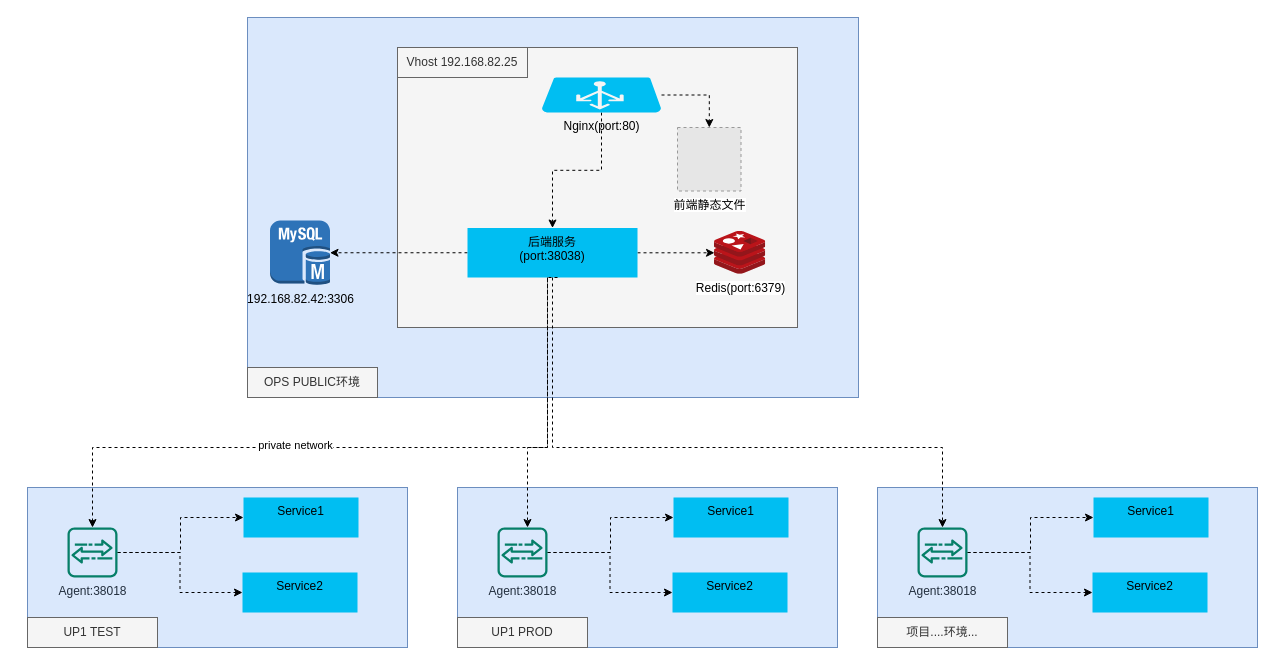
Earlier version of the draw.io diagram 2022-06-20服务管理.drawio (463024907/zabbix-report). Source tidied: cells renumbered, new cells numbered last; positions are measured from the earlier drawing's top-left corner, leaving out a move shared by most shapes. Both pictures are drawn from the tidied source at 100%, with x=0, y=0 at pixel (27, 17). Pictures stored in the file or linked from it are replaced by grey dashed boxes.
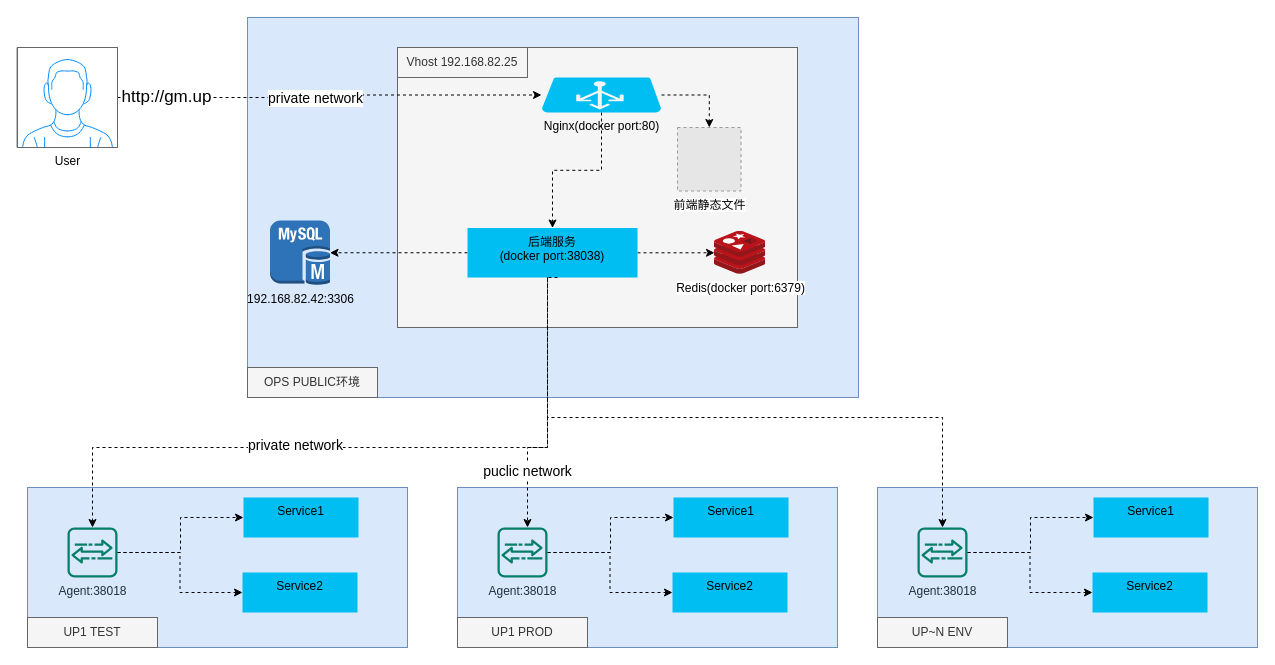
The same page after the edit.

Commit message (it also covers changes not shown here):
accio项目架构图.drawio

The change refers to these unchanged cells:
```xml
<mxCell id="20" style="edgeStyle=orthogonalEdgeStyle;rounded=0;jettySize=auto;html=1;dashed=1;" parent="1" edge="1" source="10" target="19">
  <mxGeometry relative="1" as="geometry">
    <Array as="points">
      <mxPoint x="520" y="430" />
      <mxPoint x="65" y="430" />
    </Array>
  </mxGeometry>
</mxCell>
<mxCell id="35" value="Agent:38018" style="sketch=0;outlineConnect=0;fontColor=#232F3E;gradientColor=none;fillColor=#067F68;strokeColor=none;dashed=0;verticalLabelPosition=bottom;verticalAlign=top;align=center;html=1;fontSize=12;fontStyle=0;shape=mxgraph.aws4.agent2;" parent="1" vertex="1">
  <mxGeometry x="890" y="510" width="50" height="50" as="geometry" />
</mxCell>
<mxCell id="38" style="edgeStyle=orthogonalEdgeStyle;rounded=0;orthogonalLoop=1;jettySize=auto;html=1;dashed=1;" parent="1" edge="1">
  <mxGeometry relative="1" as="geometry">
    <mxPoint x="530" y="260" as="sourcePoint" />
    <mxPoint x="500" y="510" as="targetPoint" />
    <Array as="points">
      <mxPoint x="520" y="260" />
      <mxPoint x="520" y="430" />
      <mxPoint x="500" y="430" />
    </Array>
  </mxGeometry>
</mxCell>
```

What changed in the source:
```diff
@@
-    <mxCell id="6" value="Nginx(port:80)" style="verticalLabelPosition=bottom;html=1;verticalAlign=top;align=center;strokeColor=none;fillColor=#00BEF2;shape=mxgraph.azure.azure_load_balancer;" parent="1" vertex="1">
+    <mxCell id="6" value="Nginx(docker port:80)" style="verticalLabelPosition=bottom;html=1;verticalAlign=top;align=center;strokeColor=none;fillColor=#00BEF2;shape=mxgraph.azure.azure_load_balancer;" parent="1" vertex="1">
       <mxGeometry x="514" y="60" width="120" height="35" as="geometry" />
     </mxCell>
-    <mxCell id="7" value="Redis(port:6379)" style="sketch=0;html=1;points=[];align=center;image;fontSize=12;image=img/lib/mscae/Cache_Redis_Product.svg;" parent="1" vertex="1">
+    <mxCell id="7" value="Redis(docker port:6379)" style="sketch=0;html=1;points=[];align=center;image;fontSize=12;image=img/lib/mscae/Cache_Redis_Product.svg;" parent="1" vertex="1">
       <mxGeometry x="687" y="213.8" width="51.2" height="43" as="geometry" />
     </mxCell>
@@
-    <mxCell id="10" value="&lt;div style=&quot;&quot;&gt;&lt;span style=&quot;background-color: initial;&quot;&gt;后端服务&lt;/span&gt;&lt;/div&gt;&lt;div style=&quot;&quot;&gt;(port:&lt;span style=&quot;background-color: initial; text-align: left;&quot;&gt;38038&lt;/span&gt;&lt;span style=&quot;background-color: initial;&quot;&gt;)&lt;/span&gt;&lt;/div&gt;" style="whiteSpace=wrap;html=1;verticalAlign=top;fillColor=#00BEF2;strokeColor=none;align=center;" parent="1" vertex="1">
+    <mxCell id="10" value="&lt;div style=&quot;&quot;&gt;&lt;span style=&quot;background-color: initial;&quot;&gt;后端服务&lt;/span&gt;&lt;/div&gt;&lt;div style=&quot;&quot;&gt;(docker port:&lt;span style=&quot;background-color: initial; text-align: left;&quot;&gt;38038&lt;/span&gt;&lt;span style=&quot;background-color: initial;&quot;&gt;)&lt;/span&gt;&lt;/div&gt;" style="whiteSpace=wrap;html=1;verticalAlign=top;fillColor=#00BEF2;strokeColor=none;align=center;" parent="1" vertex="1">
       <mxGeometry x="440" y="210.5" width="170" height="49.5" as="geometry" />
     </mxCell>
@@
-    <mxCell id="21" value="private network" style="edgeLabel;html=1;align=center;verticalAlign=middle;" parent="20" vertex="1">
+    <mxCell id="21" value="private network" style="edgeLabel;html=1;align=center;verticalAlign=middle;fontSize=14;" parent="20" vertex="1">
       <mxGeometry x="0.2" y="-3" relative="1" as="geometry" />
     </mxCell>
@@
-    <mxCell id="32" value="项目....环境..." style="text;html=1;strokeColor=#666666;fillColor=#f5f5f5;align=center;verticalAlign=middle;whiteSpace=wrap;rounded=0;fontColor=#333333;" parent="1" vertex="1">
+    <mxCell id="32" value="UP~N ENV" style="text;html=1;strokeColor=#666666;fillColor=#f5f5f5;align=center;verticalAlign=middle;whiteSpace=wrap;rounded=0;fontColor=#333333;" parent="1" vertex="1">
       <mxGeometry x="850" y="600" width="130" height="30" as="geometry" />
     </mxCell>
@@
+    <mxCell id="40" value="puclic network" style="edgeLabel;html=1;align=center;verticalAlign=middle;fontSize=14;" parent="38" vertex="1">
+      <mxGeometry x="0.59" y="-1" relative="1" as="geometry" />
+    </mxCell>
     <mxCell id="39" style="edgeStyle=orthogonalEdgeStyle;rounded=0;jettySize=auto;html=1;dashed=1;" parent="1" edge="1" source="10" target="35">
       <mxGeometry relative="1" as="geometry">
         <Array as="points">
-          <mxPoint x="525" y="430" />
-          <mxPoint x="915" y="430" />
+          <mxPoint x="520" y="400" />
+          <mxPoint x="915" y="400" />
         </Array>
       </mxGeometry>
     </mxCell>
+    <mxCell id="41" style="edgeStyle=orthogonalEdgeStyle;rounded=0;jettySize=auto;html=1;dashed=1;" parent="1" edge="1" source="44" target="6">
+      <mxGeometry relative="1" as="geometry" />
+    </mxCell>
+    <mxCell id="42" value="http://gm.up" style="edgeLabel;html=1;align=center;verticalAlign=middle;fontSize=17;" parent="41" vertex="1">
+      <mxGeometry x="-0.69" y="-1" relative="1" as="geometry">
+        <mxPoint x="-18" y="-2" as="offset" />
+      </mxGeometry>
+    </mxCell>
+    <mxCell id="43" value="private network" style="edgeLabel;html=1;align=center;verticalAlign=middle;fontSize=14;" parent="41" vertex="1">
+      <mxGeometry x="-0.24" relative="1" as="geometry">
+        <mxPoint x="35" as="offset" />
+      </mxGeometry>
+    </mxCell>
+    <mxCell id="44" value="User" style="verticalLabelPosition=bottom;shadow=0;dashed=0;align=center;html=1;verticalAlign=top;strokeWidth=1;shape=mxgraph.mockup.containers.userMale;strokeColor=#666666;strokeColor2=#008cff;" parent="1" vertex="1">
+      <mxGeometry x="-10" y="30" width="100" height="100" as="geometry" />
+    </mxCell>
```
